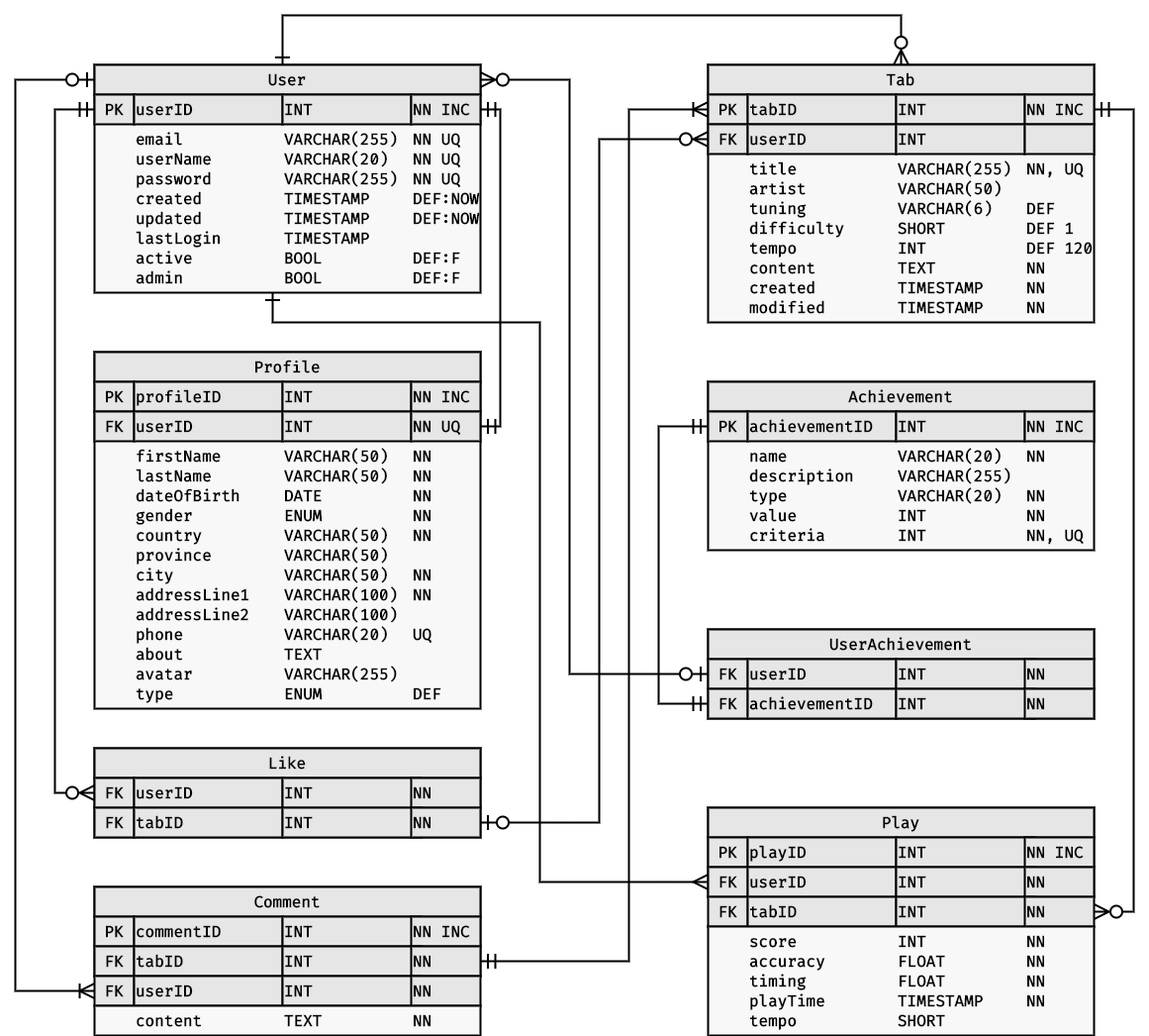
tschiboka/RiffMaster keeps this draw.io diagram as Images/Diagrams/ER.png. Above is the earlier version. Source tidied: cells renumbered, new cells last; positions are measured from the earlier drawing's top-left corner, leaving out a move shared by most shapes.
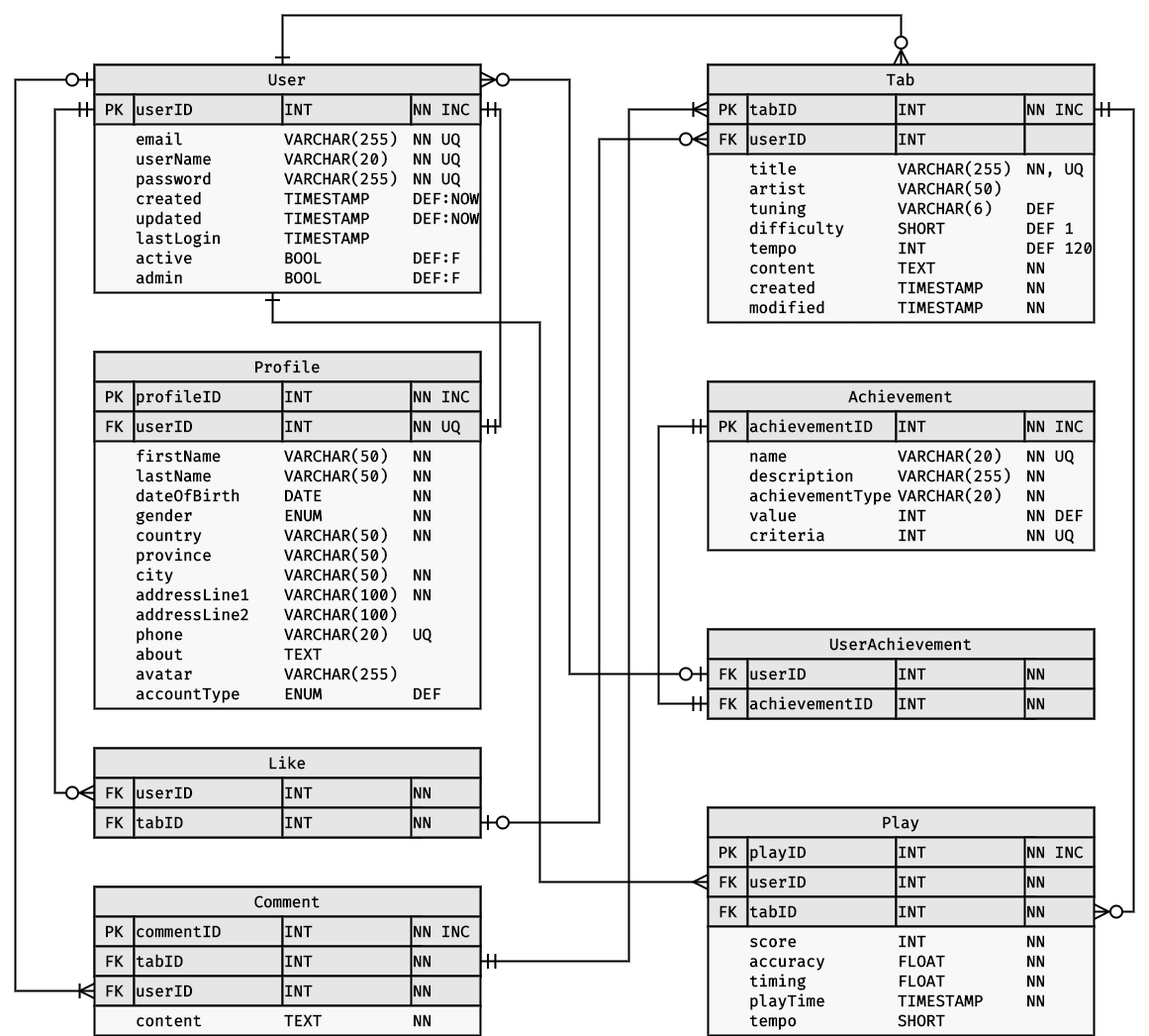
After the commit.

What changed in the source:
```diff
@@ -369,7 +369,7 @@
     <mxCell id="110" value="VARCHAR(20)" style="rounded=0;whiteSpace=wrap;html=1;fillColor=none;fontSize=16;fontFamily=Fira Code;fontSource=https%3A%2F%2Ffonts.googleapis.com%2Fcss%3Ffamily%3DFira%2BCode;fontStyle=1;strokeWidth=2;strokeColor=none;align=left;" parent="1" vertex="1">
       <mxGeometry x="890" y="430" width="130" height="30" as="geometry" />
     </mxCell>
-    <mxCell id="111" value="NN" style="rounded=0;whiteSpace=wrap;html=1;fillColor=none;fontSize=16;fontFamily=Fira Code;fontSource=https%3A%2F%2Ffonts.googleapis.com%2Fcss%3Ffamily%3DFira%2BCode;fontStyle=1;strokeWidth=2;strokeColor=none;align=left;" parent="1" vertex="1">
+    <mxCell id="111" value="NN UQ" style="rounded=0;whiteSpace=wrap;html=1;fillColor=none;fontSize=16;fontFamily=Fira Code;fontSource=https%3A%2F%2Ffonts.googleapis.com%2Fcss%3Ffamily%3DFira%2BCode;fontStyle=1;strokeWidth=2;strokeColor=none;align=left;" parent="1" vertex="1">
       <mxGeometry x="1020" y="430" width="70" height="30" as="geometry" />
     </mxCell>
     <mxCell id="112" value="description" style="rounded=0;whiteSpace=wrap;html=1;fillColor=none;fontSize=16;fontFamily=Fira Code;fontSource=https%3A%2F%2Ffonts.googleapis.com%2Fcss%3Ffamily%3DFira%2BCode;fontStyle=1;strokeWidth=2;strokeColor=none;align=left;" parent="1" vertex="1">
@@ -378,7 +378,7 @@
     <mxCell id="113" value="VARCHAR(255)" style="rounded=0;whiteSpace=wrap;html=1;fillColor=none;fontSize=16;fontFamily=Fira Code;fontSource=https%3A%2F%2Ffonts.googleapis.com%2Fcss%3Ffamily%3DFira%2BCode;fontStyle=1;strokeWidth=2;strokeColor=none;align=left;" parent="1" vertex="1">
       <mxGeometry x="890" y="450" width="130" height="30" as="geometry" />
     </mxCell>
-    <mxCell id="114" value="type" style="rounded=0;whiteSpace=wrap;html=1;fillColor=none;fontSize=16;fontFamily=Fira Code;fontSource=https%3A%2F%2Ffonts.googleapis.com%2Fcss%3Ffamily%3DFira%2BCode;fontStyle=1;strokeWidth=2;strokeColor=none;align=left;" parent="1" vertex="1">
+    <mxCell id="114" value="achievementType" style="rounded=0;whiteSpace=wrap;html=1;fillColor=none;fontSize=16;fontFamily=Fira Code;fontSource=https%3A%2F%2Ffonts.googleapis.com%2Fcss%3Ffamily%3DFira%2BCode;fontStyle=1;strokeWidth=2;strokeColor=none;align=left;" parent="1" vertex="1">
       <mxGeometry x="740" y="470" width="150" height="30" as="geometry" />
     </mxCell>
     <mxCell id="115" value="VARCHAR(20)" style="rounded=0;whiteSpace=wrap;html=1;fillColor=none;fontSize=16;fontFamily=Fira Code;fontSource=https%3A%2F%2Ffonts.googleapis.com%2Fcss%3Ffamily%3DFira%2BCode;fontStyle=1;strokeWidth=2;strokeColor=none;align=left;" parent="1" vertex="1">
@@ -396,13 +396,13 @@
     <mxCell id="119" value="INT" style="rounded=0;whiteSpace=wrap;html=1;fillColor=none;fontSize=16;fontFamily=Fira Code;fontSource=https%3A%2F%2Ffonts.googleapis.com%2Fcss%3Ffamily%3DFira%2BCode;fontStyle=1;strokeWidth=2;strokeColor=none;align=left;" parent="1" vertex="1">
       <mxGeometry x="890" y="510" width="130" height="30" as="geometry" />
     </mxCell>
-    <mxCell id="120" value="NN, UQ" style="rounded=0;whiteSpace=wrap;html=1;fillColor=none;fontSize=16;fontFamily=Fira Code;fontSource=https%3A%2F%2Ffonts.googleapis.com%2Fcss%3Ffamily%3DFira%2BCode;fontStyle=1;strokeWidth=2;strokeColor=none;align=left;" parent="1" vertex="1">
+    <mxCell id="120" value="NN UQ" style="rounded=0;whiteSpace=wrap;html=1;fillColor=none;fontSize=16;fontFamily=Fira Code;fontSource=https%3A%2F%2Ffonts.googleapis.com%2Fcss%3Ffamily%3DFira%2BCode;fontStyle=1;strokeWidth=2;strokeColor=none;align=left;" parent="1" vertex="1">
       <mxGeometry x="1020" y="510" width="70" height="30" as="geometry" />
     </mxCell>
     <mxCell id="121" value="NN" style="rounded=0;whiteSpace=wrap;html=1;fillColor=none;fontSize=16;fontFamily=Fira Code;fontSource=https%3A%2F%2Ffonts.googleapis.com%2Fcss%3Ffamily%3DFira%2BCode;fontStyle=1;strokeWidth=2;strokeColor=none;align=left;" parent="1" vertex="1">
       <mxGeometry x="1020" y="470" width="70" height="30" as="geometry" />
     </mxCell>
-    <mxCell id="122" value="NN" style="rounded=0;whiteSpace=wrap;html=1;fillColor=none;fontSize=16;fontFamily=Fira Code;fontSource=https%3A%2F%2Ffonts.googleapis.com%2Fcss%3Ffamily%3DFira%2BCode;fontStyle=1;strokeWidth=2;strokeColor=none;align=left;" parent="1" vertex="1">
+    <mxCell id="122" value="NN DEF" style="rounded=0;whiteSpace=wrap;html=1;fillColor=none;fontSize=16;fontFamily=Fira Code;fontSource=https%3A%2F%2Ffonts.googleapis.com%2Fcss%3Ffamily%3DFira%2BCode;fontStyle=1;strokeWidth=2;strokeColor=none;align=left;" parent="1" vertex="1">
       <mxGeometry x="1020" y="490" width="70" height="30" as="geometry" />
     </mxCell>
     <mxCell id="123" style="rounded=0;whiteSpace=wrap;html=1;strokeWidth=2;fillColor=#f8f8f8;" parent="1" vertex="1">
@@ -642,7 +642,7 @@
     <mxCell id="197" value="DEF:F" style="rounded=0;whiteSpace=wrap;html=1;fillColor=none;fontSize=16;fontFamily=Fira Code;fontSource=https%3A%2F%2Ffonts.googleapis.com%2Fcss%3Ffamily%3DFira%2BCode;fontStyle=1;strokeWidth=2;strokeColor=none;align=left;" parent="1" vertex="1">
       <mxGeometry x="400" y="250" width="70" height="30" as="geometry" />
     </mxCell>
-    <mxCell id="198" value="type" style="rounded=0;whiteSpace=wrap;html=1;fillColor=none;fontSize=16;fontFamily=Fira Code;fontSource=https%3A%2F%2Ffonts.googleapis.com%2Fcss%3Ffamily%3DFira%2BCode;fontStyle=1;strokeWidth=2;strokeColor=none;align=left;" parent="1" vertex="1">
+    <mxCell id="198" value="accountType" style="rounded=0;whiteSpace=wrap;html=1;fillColor=none;fontSize=16;fontFamily=Fira Code;fontSource=https%3A%2F%2Ffonts.googleapis.com%2Fcss%3Ffamily%3DFira%2BCode;fontStyle=1;strokeWidth=2;strokeColor=none;align=left;" parent="1" vertex="1">
       <mxGeometry x="120" y="670" width="150" height="30" as="geometry" />
     </mxCell>
     <mxCell id="199" value="ENUM" style="rounded=0;whiteSpace=wrap;html=1;fillColor=none;fontSize=16;fontFamily=Fira Code;fontSource=https%3A%2F%2Ffonts.googleapis.com%2Fcss%3Ffamily%3DFira%2BCode;fontStyle=1;strokeWidth=2;strokeColor=none;align=left;" parent="1" vertex="1">
@@ -666,5 +666,8 @@
     <mxCell id="205" value="DEF" style="rounded=0;whiteSpace=wrap;html=1;fillColor=none;fontSize=16;fontFamily=Fira Code;fontSource=https%3A%2F%2Ffonts.googleapis.com%2Fcss%3Ffamily%3DFira%2BCode;fontStyle=1;strokeWidth=2;strokeColor=none;align=left;" parent="1" vertex="1">
       <mxGeometry x="1020" y="180" width="70" height="30" as="geometry" />
     </mxCell>
+    <mxCell id="206" value="NN" style="rounded=0;whiteSpace=wrap;html=1;fillColor=none;fontSize=16;fontFamily=Fira Code;fontSource=https%3A%2F%2Ffonts.googleapis.com%2Fcss%3Ffamily%3DFira%2BCode;fontStyle=1;strokeWidth=2;strokeColor=none;align=left;" parent="1" vertex="1">
+      <mxGeometry x="1020" y="450" width="70" height="30" as="geometry" />
+    </mxCell>
   </root>
 </mxGraphModel>
```
